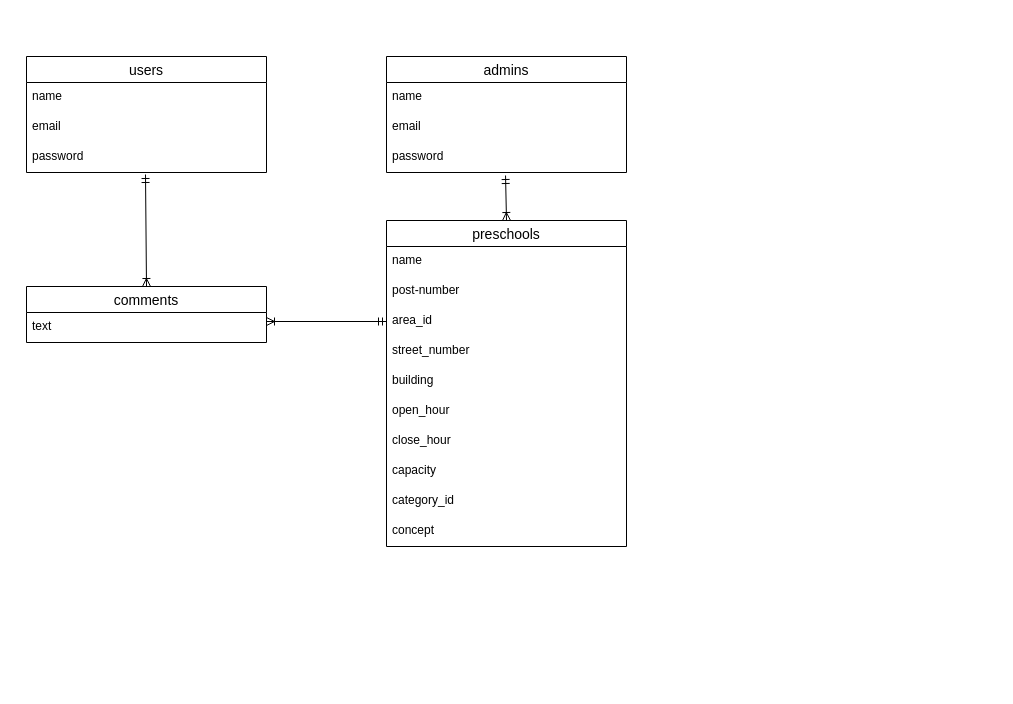
Above: preschool-match.dio in kamada-maki/preschool-match-app (draw.io), before the change. Source tidied: cells renumbered, new cells numbered last; positions are measured from the earlier drawing's top-left corner, leaving out a move shared by most shapes. Both pictures are drawn from the tidied source at 100%, with x=0, y=0 at pixel (26, 56).
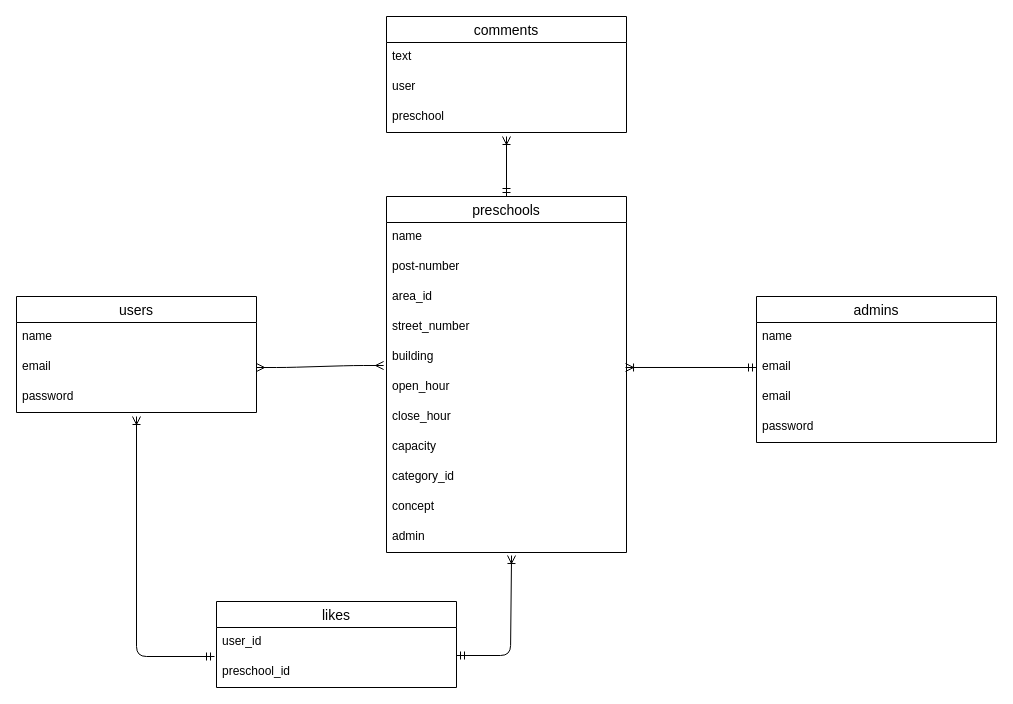
The same page after the edit.

Commit message (it also covers changes not shown here):
likesテーブルの追加

The change refers to these unchanged cells:
```xml
<mxCell id="4" value="email" style="text;strokeColor=none;fillColor=none;spacingLeft=4;spacingRight=4;overflow=hidden;points=[[0,0.5],[1,0.5]];portConstraint=eastwest;fontSize=12;" parent="2" vertex="1">
  <mxGeometry y="56" width="240" height="30" as="geometry" />
</mxCell>
<mxCell id="11" value="text" style="text;strokeColor=none;fillColor=none;spacingLeft=4;spacingRight=4;overflow=hidden;points=[[0,0.5],[1,0.5]];portConstraint=eastwest;fontSize=12;" parent="10" vertex="1">
  <mxGeometry y="26" width="240" height="30" as="geometry" />
</mxCell>
<mxCell id="15" value="area_id" style="text;strokeColor=none;fillColor=none;spacingLeft=4;spacingRight=4;overflow=hidden;points=[[0,0.5],[1,0.5]];portConstraint=eastwest;fontSize=12;" parent="12" vertex="1">
  <mxGeometry y="86" width="240" height="30" as="geometry" />
</mxCell>
<mxCell id="17" value="building" style="text;strokeColor=none;fillColor=none;spacingLeft=4;spacingRight=4;overflow=hidden;points=[[0,0.5],[1,0.5]];portConstraint=eastwest;fontSize=12;" parent="12" vertex="1">
  <mxGeometry y="146" width="240" height="30" as="geometry" />
</mxCell>
<mxCell id="18" value="open_hour" style="text;strokeColor=none;fillColor=none;spacingLeft=4;spacingRight=4;overflow=hidden;points=[[0,0.5],[1,0.5]];portConstraint=eastwest;fontSize=12;" parent="12" vertex="1">
  <mxGeometry y="176" width="240" height="30" as="geometry" />
</mxCell>
```

Diff of the diagram source:
```diff
@@
     <mxCell id="2" value="users" style="swimlane;fontStyle=0;horizontal=1;startSize=26;align=center;fontSize=14;" parent="1" vertex="1">
-      <mxGeometry width="240" height="116" as="geometry" />
+      <mxGeometry x="-10" y="240" width="240" height="116" as="geometry" />
     </mxCell>
@@
     <mxCell id="6" value="admins" style="swimlane;fontStyle=0;horizontal=1;startSize=26;align=center;fontSize=14;" parent="1" vertex="1">
-      <mxGeometry x="360" width="240" height="116" as="geometry" />
+      <mxGeometry x="730" y="240" width="240" height="146" as="geometry" />
     </mxCell>
@@
+    <mxCell id="26" value="email" style="text;strokeColor=none;fillColor=none;spacingLeft=4;spacingRight=4;overflow=hidden;points=[[0,0.5],[1,0.5]];portConstraint=eastwest;fontSize=12;" parent="6" vertex="1">
+      <mxGeometry y="56" width="240" height="30" as="geometry" />
+    </mxCell>
     <mxCell id="8" value="email" style="text;strokeColor=none;fillColor=none;spacingLeft=4;spacingRight=4;overflow=hidden;fontSize=12;" parent="6" vertex="1">
-      <mxGeometry y="56" width="240" height="30" as="geometry" />
+      <mxGeometry y="86" width="240" height="30" as="geometry" />
     </mxCell>
     <mxCell id="9" value="password" style="text;strokeColor=none;fillColor=none;spacingLeft=4;spacingRight=4;overflow=hidden;points=[[0,0.5],[1,0.5]];portConstraint=eastwest;fontSize=12;" parent="6" vertex="1">
-      <mxGeometry y="86" width="240" height="30" as="geometry" />
+      <mxGeometry y="116" width="240" height="30" as="geometry" />
     </mxCell>
     <mxCell id="10" value="comments" style="swimlane;fontStyle=0;horizontal=1;startSize=26;align=center;fontSize=14;" parent="1" vertex="1">
-      <mxGeometry y="230" width="240" height="56" as="geometry" />
+      <mxGeometry x="360" y="-40" width="240" height="116" as="geometry" />
     </mxCell>
@@
+    <mxCell id="27" value="user" style="text;strokeColor=none;fillColor=none;spacingLeft=4;spacingRight=4;overflow=hidden;fontSize=12;" parent="10" vertex="1">
+      <mxGeometry y="56" width="240" height="30" as="geometry" />
+    </mxCell>
+    <mxCell id="28" value="preschool" style="text;strokeColor=none;fillColor=none;spacingLeft=4;spacingRight=4;overflow=hidden;fontSize=12;" parent="10" vertex="1">
+      <mxGeometry y="86" width="240" height="30" as="geometry" />
+    </mxCell>
     <mxCell id="12" value="preschools" style="swimlane;fontStyle=0;horizontal=1;startSize=26;align=center;fontSize=14;" parent="1" vertex="1">
-      <mxGeometry x="360" y="164" width="240" height="326" as="geometry" />
+      <mxGeometry x="360" y="140" width="240" height="356" as="geometry" />
     </mxCell>
@@
+    <mxCell id="29" value="admin" style="text;strokeColor=none;fillColor=none;spacingLeft=4;spacingRight=4;overflow=hidden;points=[[0,0.5],[1,0.5]];portConstraint=eastwest;fontSize=12;" parent="12" vertex="1">
+      <mxGeometry y="326" width="240" height="30" as="geometry" />
+    </mxCell>
+    <mxCell id="30" value="likes" style="swimlane;fontStyle=0;horizontal=1;startSize=26;align=center;fontSize=14;" parent="1" vertex="1">
+      <mxGeometry x="190" y="545" width="240" height="86" as="geometry" />
+    </mxCell>
+    <mxCell id="31" value="user_id" style="text;strokeColor=none;fillColor=none;spacingLeft=4;spacingRight=4;overflow=hidden;fontSize=12;" parent="30" vertex="1">
+      <mxGeometry y="26" width="240" height="30" as="geometry" />
+    </mxCell>
+    <mxCell id="32" value="preschool_id" style="text;strokeColor=none;fillColor=none;spacingLeft=4;spacingRight=4;overflow=hidden;fontSize=12;" parent="30" vertex="1">
+      <mxGeometry y="56" width="240" height="30" as="geometry" />
+    </mxCell>
+    <mxCell id="33" style="edgeStyle=entityRelationEdgeStyle;fontSize=12;html=1;endArrow=ERmany;startArrow=ERmany;entryX=-0.012;entryY=0.767;entryDx=0;entryDy=0;exitX=1;exitY=0.5;exitDx=0;exitDy=0;entryPerimeter=0;" parent="1" edge="1" source="4" target="17">
+      <mxGeometry relative="1" as="geometry" />
+    </mxCell>
+    <mxCell id="34" style="fontSize=12;html=1;endArrow=ERoneToMany;startArrow=ERmandOne;entryX=0.521;entryY=1.1;entryDx=0;entryDy=0;entryPerimeter=0;" parent="1" edge="1" target="29">
+      <mxGeometry relative="1" as="geometry">
+        <mxPoint x="430" y="599" as="sourcePoint" />
+        <Array as="points">
+          <mxPoint x="484" y="599" />
+        </Array>
+      </mxGeometry>
+    </mxCell>
+    <mxCell id="35" style="fontSize=12;html=1;endArrow=ERoneToMany;startArrow=ERmandOne;" parent="1" edge="1">
+      <mxGeometry relative="1" as="geometry">
+        <mxPoint x="188" y="600" as="sourcePoint" />
+        <mxPoint x="110" y="360" as="targetPoint" />
+        <Array as="points">
+          <mxPoint x="110" y="600" />
+        </Array>
+      </mxGeometry>
+    </mxCell>
-    <mxCell id="23" style="fontSize=12;html=1;endArrow=ERoneToMany;startArrow=ERmandOne;entryX=0.5;entryY=0;entryDx=0;entryDy=0;" parent="1" edge="1" target="10">
+    <mxCell id="23" style="fontSize=12;html=1;endArrow=ERoneToMany;startArrow=ERmandOne;" parent="1" edge="1">
       <mxGeometry relative="1" as="geometry">
-        <mxPoint x="119" y="118" as="sourcePoint" />
+        <mxPoint x="480" y="140" as="sourcePoint" />
+        <mxPoint x="480" y="80" as="targetPoint" />
       </mxGeometry>
     </mxCell>
-    <mxCell id="24" style="fontSize=12;html=1;endArrow=ERoneToMany;startArrow=ERmandOne;exitX=0.496;exitY=1.1;exitDx=0;exitDy=0;exitPerimeter=0;entryX=0.5;entryY=0;entryDx=0;entryDy=0;" parent="1" edge="1" source="9" target="12">
+    <mxCell id="24" style="fontSize=12;html=1;endArrow=ERoneToMany;startArrow=ERmandOne;exitX=0;exitY=0.5;exitDx=0;exitDy=0;entryX=0.996;entryY=-0.167;entryDx=0;entryDy=0;entryPerimeter=0;" parent="1" edge="1" source="26" target="18">
       <mxGeometry relative="1" as="geometry" />
     </mxCell>
-    <mxCell id="25" style="fontSize=12;html=1;endArrow=ERoneToMany;startArrow=ERmandOne;entryX=1;entryY=0.3;entryDx=0;entryDy=0;exitX=0;exitY=0.5;exitDx=0;exitDy=0;entryPerimeter=0;" parent="1" edge="1" source="15" target="11">
-      <mxGeometry relative="1" as="geometry" />
-    </mxCell>
```
